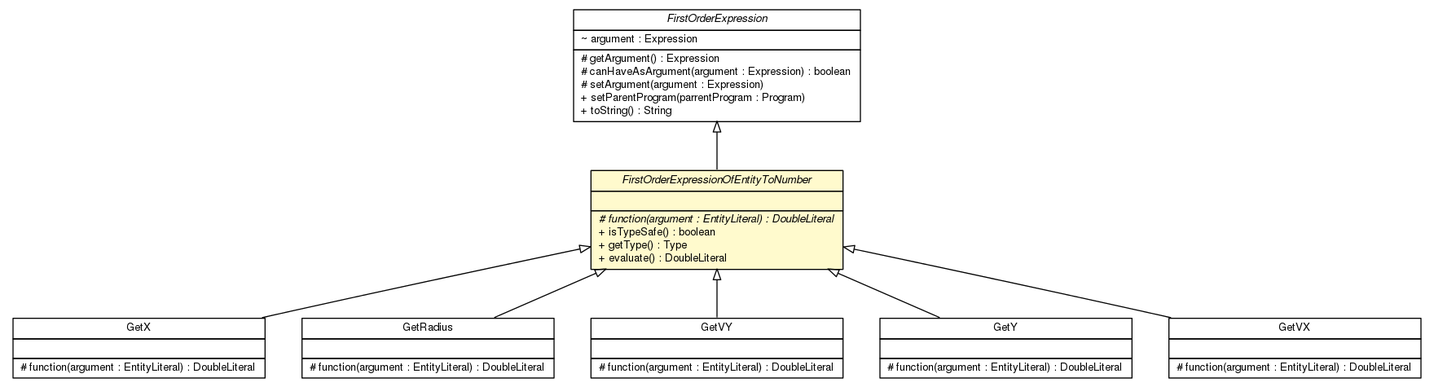
The Graphviz diagram doc/model/programs/parsing/language/expression/first_order/FirstOrderExpressionOfEntityToNumber.png in sinopeus/asteroids, before a commit. Its source is kept beside it as doc/model/programs/parsing/language/expression/first_order/FirstOrderExpressionOfEntityToNumber.dot.
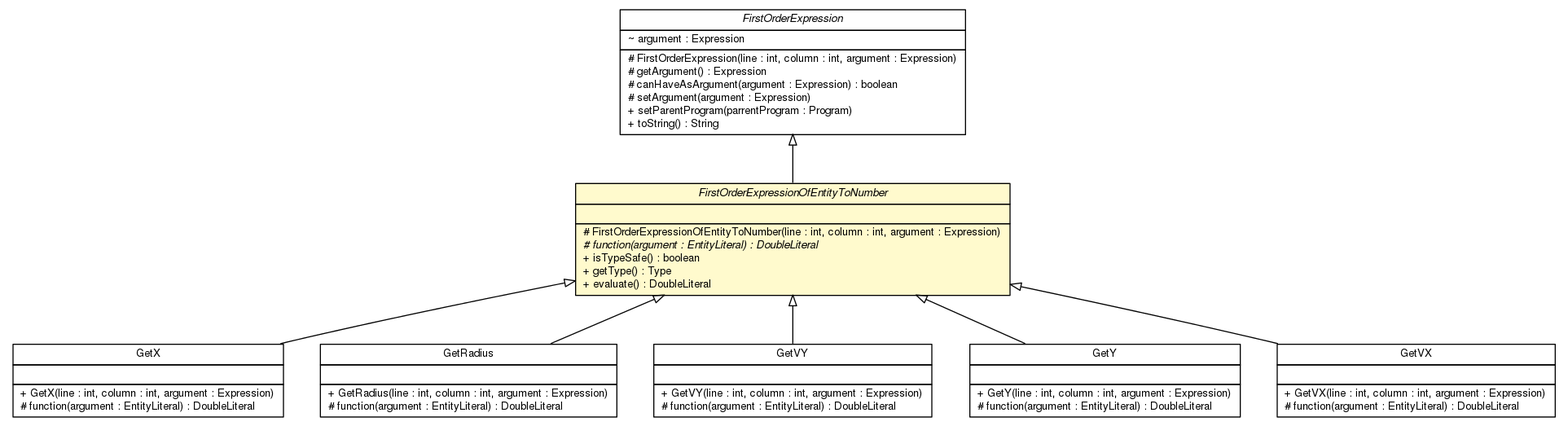
After the change.

What changed in the source:
```diff
@@ -4,7 +4,7 @@
 	node [fontname="Helvetica",fontsize=10,shape=plaintext];
 	nodesep=0.25;
 	ranksep=0.5;
-	c9850 [label=<<table title="model.programs.parsing.language.expression.first_order.GetX" border="0" cellborder="1" cellspacing="0" cellpadding="2" port="p" href="./GetX.html">
+	c9893 [label=<<table title="model.programs.parsing.language.expression.first_order.GetX" border="0" cellborder="1" cellspacing="0" cellpadding="2" port="p" href="./GetX.html">
 		<tr><td><table border="0" cellspacing="0" cellpadding="1">
 <tr><td align="center" balign="center"> GetX </td></tr>
 		</table></td></tr>
@@ -12,10 +12,11 @@
 <tr><td align="left" balign="left">  </td></tr>
 		</table></td></tr>
 		<tr><td><table border="0" cellspacing="0" cellpadding="1">
+<tr><td align="left" balign="left"> + GetX(line : int, column : int, argument : Expression) </td></tr>
 <tr><td align="left" balign="left"> # function(argument : EntityLiteral) : DoubleLiteral </td></tr>
 		</table></td></tr>
 		</table>>, URL="./GetX.html", fontname="Helvetica", fontcolor="black", fontsize=10.0];
-	c9853 [label=<<table title="model.programs.parsing.language.expression.first_order.GetRadius" border="0" cellborder="1" cellspacing="0" cellpadding="2" port="p" href="./GetRadius.html">
+	c9896 [label=<<table title="model.programs.parsing.language.expression.first_order.GetRadius" border="0" cellborder="1" cellspacing="0" cellpadding="2" port="p" href="./GetRadius.html">
 		<tr><td><table border="0" cellspacing="0" cellpadding="1">
 <tr><td align="center" balign="center"> GetRadius </td></tr>
 		</table></td></tr>
@@ -23,10 +24,11 @@
 <tr><td align="left" balign="left">  </td></tr>
 		</table></td></tr>
 		<tr><td><table border="0" cellspacing="0" cellpadding="1">
+<tr><td align="left" balign="left"> + GetRadius(line : int, column : int, argument : Expression) </td></tr>
 <tr><td align="left" balign="left"> # function(argument : EntityLiteral) : DoubleLiteral </td></tr>
 		</table></td></tr>
 		</table>>, URL="./GetRadius.html", fontname="Helvetica", fontcolor="black", fontsize=10.0];
-	c9854 [label=<<table title="model.programs.parsing.language.expression.first_order.GetVY" border="0" cellborder="1" cellspacing="0" cellpadding="2" port="p" href="./GetVY.html">
+	c9897 [label=<<table title="model.programs.parsing.language.expression.first_order.GetVY" border="0" cellborder="1" cellspacing="0" cellpadding="2" port="p" href="./GetVY.html">
 		<tr><td><table border="0" cellspacing="0" cellpadding="1">
 <tr><td align="center" balign="center"> GetVY </td></tr>
 		</table></td></tr>
@@ -34,10 +36,11 @@
 <tr><td align="left" balign="left">  </td></tr>
 		</table></td></tr>
 		<tr><td><table border="0" cellspacing="0" cellpadding="1">
+<tr><td align="left" balign="left"> + GetVY(line : int, column : int, argument : Expression) </td></tr>
 <tr><td align="left" balign="left"> # function(argument : EntityLiteral) : DoubleLiteral </td></tr>
 		</table></td></tr>
 		</table>>, URL="./GetVY.html", fontname="Helvetica", fontcolor="black", fontsize=10.0];
-	c9856 [label=<<table title="model.programs.parsing.language.expression.first_order.GetY" border="0" cellborder="1" cellspacing="0" cellpadding="2" port="p" href="./GetY.html">
+	c9899 [label=<<table title="model.programs.parsing.language.expression.first_order.GetY" border="0" cellborder="1" cellspacing="0" cellpadding="2" port="p" href="./GetY.html">
 		<tr><td><table border="0" cellspacing="0" cellpadding="1">
 <tr><td align="center" balign="center"> GetY </td></tr>
 		</table></td></tr>
@@ -45,10 +48,11 @@
 <tr><td align="left" balign="left">  </td></tr>
 		</table></td></tr>
 		<tr><td><table border="0" cellspacing="0" cellpadding="1">
+<tr><td align="left" balign="left"> + GetY(line : int, column : int, argument : Expression) </td></tr>
 <tr><td align="left" balign="left"> # function(argument : EntityLiteral) : DoubleLiteral </td></tr>
 		</table></td></tr>
 		</table>>, URL="./GetY.html", fontname="Helvetica", fontcolor="black", fontsize=10.0];
-	c9857 [label=<<table title="model.programs.parsing.language.expression.first_order.FirstOrderExpression" border="0" cellborder="1" cellspacing="0" cellpadding="2" port="p" href="./FirstOrderExpression.html">
+	c9900 [label=<<table title="model.programs.parsing.language.expression.first_order.FirstOrderExpression" border="0" cellborder="1" cellspacing="0" cellpadding="2" port="p" href="./FirstOrderExpression.html">
 		<tr><td><table border="0" cellspacing="0" cellpadding="1">
 <tr><td align="center" balign="center"><font face="Helvetica-Oblique"> FirstOrderExpression </font></td></tr>
 		</table></td></tr>
@@ -56,6 +60,7 @@
 <tr><td align="left" balign="left"> ~ argument : Expression </td></tr>
 		</table></td></tr>
 		<tr><td><table border="0" cellspacing="0" cellpadding="1">
+<tr><td align="left" balign="left"> # FirstOrderExpression(line : int, column : int, argument : Expression) </td></tr>
 <tr><td align="left" balign="left"> # getArgument() : Expression </td></tr>
 <tr><td align="left" balign="left"> # canHaveAsArgument(argument : Expression) : boolean </td></tr>
 <tr><td align="left" balign="left"> # setArgument(argument : Expression) </td></tr>
@@ -63,7 +68,7 @@
 <tr><td align="left" balign="left"> + toString() : String </td></tr>
 		</table></td></tr>
 		</table>>, URL="./FirstOrderExpression.html", fontname="Helvetica", fontcolor="black", fontsize=10.0];
-	c9860 [label=<<table title="model.programs.parsing.language.expression.first_order.FirstOrderExpressionOfEntityToNumber" border="0" cellborder="1" cellspacing="0" cellpadding="2" port="p" bgcolor="lemonChiffon" href="./FirstOrderExpressionOfEntityToNumber.html">
+	c9903 [label=<<table title="model.programs.parsing.language.expression.first_order.FirstOrderExpressionOfEntityToNumber" border="0" cellborder="1" cellspacing="0" cellpadding="2" port="p" bgcolor="lemonChiffon" href="./FirstOrderExpressionOfEntityToNumber.html">
 		<tr><td><table border="0" cellspacing="0" cellpadding="1">
 <tr><td align="center" balign="center"><font face="Helvetica-Oblique"> FirstOrderExpressionOfEntityToNumber </font></td></tr>
 		</table></td></tr>
@@ -71,13 +76,14 @@
 <tr><td align="left" balign="left">  </td></tr>
 		</table></td></tr>
 		<tr><td><table border="0" cellspacing="0" cellpadding="1">
+<tr><td align="left" balign="left"> # FirstOrderExpressionOfEntityToNumber(line : int, column : int, argument : Expression) </td></tr>
 <tr><td align="left" balign="left"><font face="Helvetica-Oblique" point-size="10.0"> # function(argument : EntityLiteral) : DoubleLiteral </font></td></tr>
 <tr><td align="left" balign="left"> + isTypeSafe() : boolean </td></tr>
 <tr><td align="left" balign="left"> + getType() : Type </td></tr>
 <tr><td align="left" balign="left"> + evaluate() : DoubleLiteral </td></tr>
 		</table></td></tr>
 		</table>>, URL="./FirstOrderExpressionOfEntityToNumber.html", fontname="Helvetica", fontcolor="black", fontsize=10.0];
-	c9862 [label=<<table title="model.programs.parsing.language.expression.first_order.GetVX" border="0" cellborder="1" cellspacing="0" cellpadding="2" port="p" href="./GetVX.html">
+	c9905 [label=<<table title="model.programs.parsing.language.expression.first_order.GetVX" border="0" cellborder="1" cellspacing="0" cellpadding="2" port="p" href="./GetVX.html">
 		<tr><td><table border="0" cellspacing="0" cellpadding="1">
 <tr><td align="center" balign="center"> GetVX </td></tr>
 		</table></td></tr>
@@ -85,13 +91,14 @@
 <tr><td align="left" balign="left">  </td></tr>
 		</table></td></tr>
 		<tr><td><table border="0" cellspacing="0" cellpadding="1">
+<tr><td align="left" balign="left"> + GetVX(line : int, column : int, argument : Expression) </td></tr>
 <tr><td align="left" balign="left"> # function(argument : EntityLiteral) : DoubleLiteral </td></tr>
 		</table></td></tr>
 		</table>>, URL="./GetVX.html", fontname="Helvetica", fontcolor="black", fontsize=10.0];
-	c9860:p -> c9850:p [dir=back,arrowtail=empty];
-	c9860:p -> c9853:p [dir=back,arrowtail=empty];
-	c9860:p -> c9854:p [dir=back,arrowtail=empty];
-	c9860:p -> c9856:p [dir=back,arrowtail=empty];
-	c9857:p -> c9860:p [dir=back,arrowtail=empty];
-	c9860:p -> c9862:p [dir=back,arrowtail=empty];
+	c9903:p -> c9893:p [dir=back,arrowtail=empty];
+	c9903:p -> c9896:p [dir=back,arrowtail=empty];
+	c9903:p -> c9897:p [dir=back,arrowtail=empty];
+	c9903:p -> c9899:p [dir=back,arrowtail=empty];
+	c9900:p -> c9903:p [dir=back,arrowtail=empty];
+	c9903:p -> c9905:p [dir=back,arrowtail=empty];
 }
```
